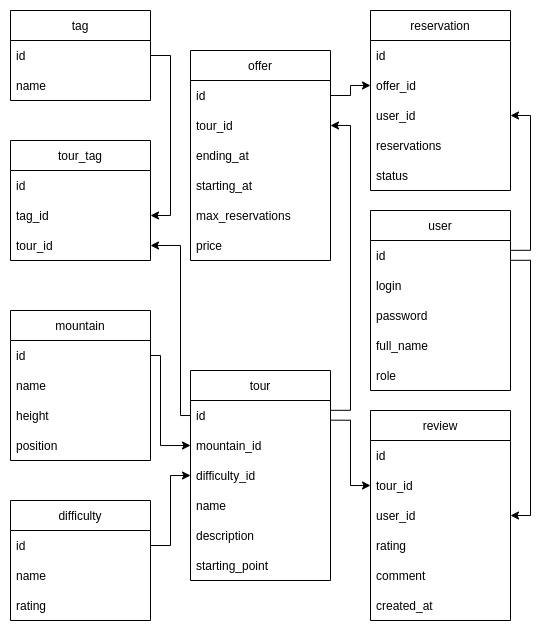
Earlier version of the draw.io export Lab2/logic-model.png (markov-avl/PythonBackend). Source tidied: cells renumbered, new cells last; positions are measured from the earlier drawing's top-left corner, leaving out a move shared by most shapes.
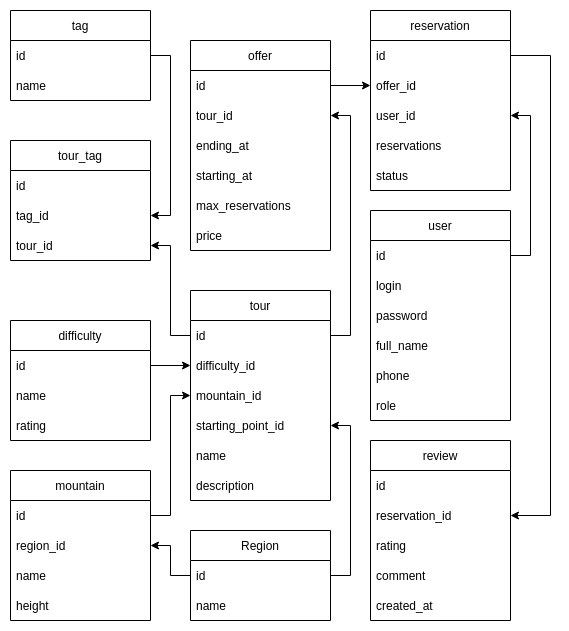
After the change.

Diff of the diagram source:
```diff
@@ -3,7 +3,7 @@
     <mxCell id="0" />
     <mxCell id="1" parent="0" />
     <mxCell id="2" value="user" style="swimlane;fontStyle=0;horizontal=1;startSize=30;rounded=0;" parent="1" vertex="1">
-      <mxGeometry x="360" y="200" width="140" height="180" as="geometry" />
+      <mxGeometry x="360" y="200" width="140" height="210" as="geometry" />
     </mxCell>
     <mxCell id="3" value="id" style="text;strokeColor=none;fillColor=none;align=left;verticalAlign=middle;spacingLeft=4;spacingRight=4;overflow=hidden;points=[[0,0.5],[1,0.5]];portConstraint=eastwest;rounded=0;" parent="2" vertex="1">
       <mxGeometry y="30" width="140" height="30" as="geometry" />
@@ -17,26 +17,29 @@
     <mxCell id="6" value="full_name" style="text;strokeColor=none;fillColor=none;align=left;verticalAlign=middle;spacingLeft=4;spacingRight=4;overflow=hidden;rounded=0;" parent="2" vertex="1">
       <mxGeometry y="120" width="140" height="30" as="geometry" />
     </mxCell>
+    <mxCell id="60" value="phone" style="text;strokeColor=none;fillColor=none;align=left;verticalAlign=middle;spacingLeft=4;spacingRight=4;overflow=hidden;rounded=0;" parent="2" vertex="1">
+      <mxGeometry y="150" width="140" height="30" as="geometry" />
+    </mxCell>
     <mxCell id="7" value="role" style="text;strokeColor=none;fillColor=none;align=left;verticalAlign=middle;spacingLeft=4;spacingRight=4;overflow=hidden;rounded=0;" parent="2" vertex="1">
-      <mxGeometry y="150" width="140" height="30" as="geometry" />
+      <mxGeometry y="180" width="140" height="30" as="geometry" />
     </mxCell>
     <mxCell id="8" value="mountain" style="swimlane;fontStyle=0;horizontal=1;startSize=30;rounded=0;" parent="1" vertex="1">
-      <mxGeometry y="300" width="140" height="150" as="geometry" />
+      <mxGeometry y="460" width="140" height="150" as="geometry" />
     </mxCell>
     <mxCell id="9" value="id" style="text;strokeColor=none;fillColor=none;align=left;verticalAlign=middle;spacingLeft=4;spacingRight=4;overflow=hidden;points=[[0,0.5],[1,0.5]];portConstraint=eastwest;rounded=0;" parent="8" vertex="1">
       <mxGeometry y="30" width="140" height="30" as="geometry" />
     </mxCell>
+    <mxCell id="12" value="region_id" style="text;strokeColor=none;fillColor=none;align=left;verticalAlign=middle;spacingLeft=4;spacingRight=4;overflow=hidden;points=[[0,0.5],[1,0.5]];portConstraint=eastwest;rounded=0;" parent="8" vertex="1">
+      <mxGeometry y="60" width="140" height="30" as="geometry" />
+    </mxCell>
     <mxCell id="10" value="name" style="text;strokeColor=none;fillColor=none;align=left;verticalAlign=middle;spacingLeft=4;spacingRight=4;overflow=hidden;rounded=0;" parent="8" vertex="1">
-      <mxGeometry y="60" width="140" height="30" as="geometry" />
+      <mxGeometry y="90" width="140" height="30" as="geometry" />
     </mxCell>
     <mxCell id="11" value="height" style="text;strokeColor=none;fillColor=none;align=left;verticalAlign=middle;spacingLeft=4;spacingRight=4;overflow=hidden;rounded=0;" parent="8" vertex="1">
-      <mxGeometry y="90" width="140" height="30" as="geometry" />
+      <mxGeometry y="120" width="140" height="30" as="geometry" />
     </mxCell>
-    <mxCell id="12" value="position" style="text;strokeColor=none;fillColor=none;align=left;verticalAlign=middle;spacingLeft=4;spacingRight=4;overflow=hidden;points=[[0,0.5],[1,0.5]];portConstraint=eastwest;rounded=0;" parent="8" vertex="1">
-      <mxGeometry y="120" width="140" height="30" as="geometry" />
-    </mxCell>
     <mxCell id="13" value="difficulty" style="swimlane;fontStyle=0;horizontal=1;startSize=30;rounded=0;" parent="1" vertex="1">
-      <mxGeometry y="490" width="140" height="120" as="geometry" />
+      <mxGeometry y="310" width="140" height="120" as="geometry" />
     </mxCell>
     <mxCell id="14" value="id" style="text;strokeColor=none;fillColor=none;align=left;verticalAlign=middle;spacingLeft=4;spacingRight=4;overflow=hidden;points=[[0,0.5],[1,0.5]];portConstraint=eastwest;rounded=0;" parent="13" vertex="1">
       <mxGeometry y="30" width="140" height="30" as="geometry" />
@@ -57,26 +60,26 @@
       <mxGeometry y="60" width="140" height="30" as="geometry" />
     </mxCell>
     <mxCell id="20" value="tour" style="swimlane;fontStyle=0;horizontal=1;startSize=30;rounded=0;" parent="1" vertex="1">
-      <mxGeometry x="180" y="360" width="140" height="210" as="geometry" />
+      <mxGeometry x="180" y="280" width="140" height="210" as="geometry" />
     </mxCell>
     <mxCell id="21" value="id" style="text;strokeColor=none;fillColor=none;align=left;verticalAlign=middle;spacingLeft=4;spacingRight=4;overflow=hidden;points=[[0,0.5],[1,0.5]];portConstraint=eastwest;rounded=0;" parent="20" vertex="1">
       <mxGeometry y="30" width="140" height="30" as="geometry" />
     </mxCell>
+    <mxCell id="23" value="difficulty_id" style="text;strokeColor=none;fillColor=none;align=left;verticalAlign=middle;spacingLeft=4;spacingRight=4;overflow=hidden;points=[[0,0.5],[1,0.5]];portConstraint=eastwest;rounded=0;" parent="20" vertex="1">
+      <mxGeometry y="60" width="140" height="30" as="geometry" />
+    </mxCell>
     <mxCell id="22" value="mountain_id" style="text;strokeColor=none;fillColor=none;align=left;verticalAlign=middle;spacingLeft=4;spacingRight=4;overflow=hidden;points=[[0,0.5],[1,0.5]];portConstraint=eastwest;rounded=0;" parent="20" vertex="1">
-      <mxGeometry y="60" width="140" height="30" as="geometry" />
+      <mxGeometry y="90" width="140" height="30" as="geometry" />
     </mxCell>
-    <mxCell id="23" value="difficulty_id" style="text;strokeColor=none;fillColor=none;align=left;verticalAlign=middle;spacingLeft=4;spacingRight=4;overflow=hidden;points=[[0,0.5],[1,0.5]];portConstraint=eastwest;rounded=0;" parent="20" vertex="1">
-      <mxGeometry y="90" width="140" height="30" as="geometry" />
-    </mxCell>
+    <mxCell id="26" value="starting_point_id" style="text;strokeColor=none;fillColor=none;align=left;verticalAlign=middle;spacingLeft=4;spacingRight=4;overflow=hidden;points=[[0,0.5],[1,0.5]];portConstraint=eastwest;rounded=0;" parent="20" vertex="1">
+      <mxGeometry y="120" width="140" height="30" as="geometry" />
+    </mxCell>
     <mxCell id="24" value="name" style="text;strokeColor=none;fillColor=none;align=left;verticalAlign=middle;spacingLeft=4;spacingRight=4;overflow=hidden;rounded=0;" parent="20" vertex="1">
-      <mxGeometry y="120" width="140" height="30" as="geometry" />
+      <mxGeometry y="150" width="140" height="30" as="geometry" />
     </mxCell>
     <mxCell id="25" value="description" style="text;strokeColor=none;fillColor=none;align=left;verticalAlign=middle;spacingLeft=4;spacingRight=4;overflow=hidden;rounded=0;" parent="20" vertex="1">
-      <mxGeometry y="150" width="140" height="30" as="geometry" />
+      <mxGeometry y="180" width="140" height="30" as="geometry" />
     </mxCell>
-    <mxCell id="26" value="starting_point" style="text;strokeColor=none;fillColor=none;align=left;verticalAlign=middle;spacingLeft=4;spacingRight=4;overflow=hidden;points=[[0,0.5],[1,0.5]];portConstraint=eastwest;rounded=0;" parent="20" vertex="1">
-      <mxGeometry y="180" width="140" height="30" as="geometry" />
-    </mxCell>
     <mxCell id="27" value="reservation" style="swimlane;fontStyle=0;horizontal=1;startSize=30;rounded=0;" parent="1" vertex="1">
       <mxGeometry x="360" width="140" height="180" as="geometry" />
     </mxCell>
@@ -96,25 +99,22 @@
       <mxGeometry y="150" width="140" height="30" as="geometry" />
     </mxCell>
     <mxCell id="33" value="review" style="swimlane;fontStyle=0;horizontal=1;startSize=30;rounded=0;" parent="1" vertex="1">
-      <mxGeometry x="360" y="400" width="140" height="210" as="geometry" />
+      <mxGeometry x="360" y="430" width="140" height="180" as="geometry" />
     </mxCell>
     <mxCell id="34" value="id" style="text;strokeColor=none;fillColor=none;align=left;verticalAlign=middle;spacingLeft=4;spacingRight=4;overflow=hidden;rounded=0;" parent="33" vertex="1">
       <mxGeometry y="30" width="140" height="30" as="geometry" />
     </mxCell>
-    <mxCell id="35" value="tour_id" style="text;strokeColor=none;fillColor=none;align=left;verticalAlign=middle;spacingLeft=4;spacingRight=4;overflow=hidden;points=[[0,0.5],[1,0.5]];portConstraint=eastwest;rounded=0;" parent="33" vertex="1">
-      <mxGeometry y="60" width="140" height="30" as="geometry" />
-    </mxCell>
-    <mxCell id="36" value="user_id" style="text;strokeColor=none;fillColor=none;align=left;verticalAlign=middle;spacingLeft=4;spacingRight=4;overflow=hidden;points=[[0,0.5],[1,0.5]];portConstraint=eastwest;rounded=0;" parent="33" vertex="1">
-      <mxGeometry y="90" width="140" height="30" as="geometry" />
+    <mxCell id="36" value="reservation_id" style="text;strokeColor=none;fillColor=none;align=left;verticalAlign=middle;spacingLeft=4;spacingRight=4;overflow=hidden;points=[[0,0.5],[1,0.5]];portConstraint=eastwest;rounded=0;" parent="33" vertex="1">
+      <mxGeometry y="60" width="140" height="30" as="geometry" />
     </mxCell>
     <mxCell id="37" value="rating" style="text;strokeColor=none;fillColor=none;align=left;verticalAlign=middle;spacingLeft=4;spacingRight=4;overflow=hidden;rounded=0;" parent="33" vertex="1">
-      <mxGeometry y="120" width="140" height="30" as="geometry" />
+      <mxGeometry y="90" width="140" height="30" as="geometry" />
     </mxCell>
     <mxCell id="38" value="comment" style="text;strokeColor=none;fillColor=none;align=left;verticalAlign=middle;spacingLeft=4;spacingRight=4;overflow=hidden;rounded=0;" parent="33" vertex="1">
-      <mxGeometry y="150" width="140" height="30" as="geometry" />
+      <mxGeometry y="120" width="140" height="30" as="geometry" />
     </mxCell>
     <mxCell id="39" value="created_at" style="text;strokeColor=none;fillColor=none;align=left;verticalAlign=middle;spacingLeft=4;spacingRight=4;overflow=hidden;rounded=0;" parent="33" vertex="1">
-      <mxGeometry y="180" width="140" height="30" as="geometry" />
+      <mxGeometry y="150" width="140" height="30" as="geometry" />
     </mxCell>
     <mxCell id="40" value="tour_tag" style="swimlane;fontStyle=0;horizontal=1;startSize=30;rounded=0;" parent="1" vertex="1">
       <mxGeometry y="130" width="140" height="120" as="geometry" />
@@ -131,40 +131,16 @@
     <mxCell id="44" style="html=1;exitX=1;exitY=0.5;exitDx=0;exitDy=0;entryX=0;entryY=0.5;entryDx=0;entryDy=0;elbow=vertical;rounded=0;edgeStyle=orthogonalEdgeStyle;" parent="1" edge="1" source="14" target="23">
       <mxGeometry relative="1" as="geometry" />
     </mxCell>
-    <mxCell id="45" style="edgeStyle=orthogonalEdgeStyle;rounded=0;html=1;exitX=0.998;exitY=0.328;exitDx=0;exitDy=0;entryX=1;entryY=0.5;entryDx=0;entryDy=0;elbow=vertical;exitPerimeter=0;" parent="1" edge="1" source="3" target="30">
+    <mxCell id="45" style="edgeStyle=orthogonalEdgeStyle;rounded=0;html=1;exitX=1;exitY=0.5;exitDx=0;exitDy=0;entryX=1;entryY=0.5;entryDx=0;entryDy=0;elbow=vertical;" parent="1" edge="1" source="3" target="30">
       <mxGeometry relative="1" as="geometry">
         <Array as="points">
-          <mxPoint x="520" y="240" />
+          <mxPoint x="520" y="245" />
           <mxPoint x="520" y="105" />
         </Array>
       </mxGeometry>
     </mxCell>
-    <mxCell id="46" style="edgeStyle=orthogonalEdgeStyle;rounded=0;html=1;elbow=vertical;entryX=0;entryY=0.5;entryDx=0;entryDy=0;exitX=0.997;exitY=0.656;exitDx=0;exitDy=0;exitPerimeter=0;" parent="1" edge="1" source="21" target="35">
-      <mxGeometry relative="1" as="geometry">
-        <Array as="points">
-          <mxPoint x="340" y="410" />
-          <mxPoint x="340" y="475" />
-        </Array>
-      </mxGeometry>
-    </mxCell>
-    <mxCell id="47" style="edgeStyle=orthogonalEdgeStyle;rounded=0;html=1;entryX=1;entryY=0.5;entryDx=0;entryDy=0;elbow=vertical;exitX=1.001;exitY=0.66;exitDx=0;exitDy=0;exitPerimeter=0;" parent="1" edge="1" source="3" target="36">
-      <mxGeometry relative="1" as="geometry">
-        <Array as="points">
-          <mxPoint x="520" y="250" />
-          <mxPoint x="520" y="505" />
-        </Array>
-      </mxGeometry>
-    </mxCell>
-    <mxCell id="48" style="edgeStyle=orthogonalEdgeStyle;rounded=0;html=1;exitX=1;exitY=0.5;exitDx=0;exitDy=0;entryX=0;entryY=0.5;entryDx=0;entryDy=0;elbow=vertical;" parent="1" edge="1" source="9" target="22">
-      <mxGeometry relative="1" as="geometry">
-        <Array as="points">
-          <mxPoint x="150" y="345" />
-          <mxPoint x="150" y="435" />
-        </Array>
-      </mxGeometry>
-    </mxCell>
     <mxCell id="49" value="offer" style="swimlane;fontStyle=0;horizontal=1;startSize=30;rounded=0;" parent="1" vertex="1">
-      <mxGeometry x="180" y="40" width="140" height="210" as="geometry" />
+      <mxGeometry x="180" y="30" width="140" height="210" as="geometry" />
     </mxCell>
     <mxCell id="50" value="id" style="text;strokeColor=none;fillColor=none;align=left;verticalAlign=middle;spacingLeft=4;spacingRight=4;overflow=hidden;points=[[0,0.5],[1,0.5]];portConstraint=eastwest;rounded=0;" parent="49" vertex="1">
       <mxGeometry y="30" width="140" height="30" as="geometry" />
@@ -184,14 +160,6 @@
     <mxCell id="55" value="price" style="text;strokeColor=none;fillColor=none;align=left;verticalAlign=middle;spacingLeft=4;spacingRight=4;overflow=hidden;rounded=0;" parent="49" vertex="1">
       <mxGeometry y="180" width="140" height="30" as="geometry" />
     </mxCell>
-    <mxCell id="56" style="edgeStyle=orthogonalEdgeStyle;rounded=0;html=1;exitX=1;exitY=0.327;exitDx=0;exitDy=0;entryX=1;entryY=0.5;entryDx=0;entryDy=0;elbow=vertical;exitPerimeter=0;" parent="1" edge="1" source="21" target="51">
-      <mxGeometry relative="1" as="geometry">
-        <Array as="points">
-          <mxPoint x="340" y="400" />
-          <mxPoint x="340" y="115" />
-        </Array>
-      </mxGeometry>
-    </mxCell>
     <mxCell id="57" style="edgeStyle=orthogonalEdgeStyle;rounded=0;html=1;exitX=1;exitY=0.5;exitDx=0;exitDy=0;entryX=1;entryY=0.5;entryDx=0;entryDy=0;elbow=vertical;" parent="1" edge="1" source="18" target="42">
       <mxGeometry relative="1" as="geometry">
         <Array as="points">
@@ -206,10 +174,49 @@
     <mxCell id="59" style="edgeStyle=orthogonalEdgeStyle;rounded=0;html=1;exitX=0;exitY=0.5;exitDx=0;exitDy=0;entryX=1;entryY=0.5;entryDx=0;entryDy=0;strokeColor=#000000;elbow=vertical;" parent="1" edge="1" source="21" target="43">
       <mxGeometry relative="1" as="geometry">
         <Array as="points">
-          <mxPoint x="170" y="405" />
-          <mxPoint x="170" y="235" />
+          <mxPoint x="160" y="325" />
+          <mxPoint x="160" y="235" />
         </Array>
       </mxGeometry>
     </mxCell>
+    <mxCell id="61" value="Region" style="swimlane;fontStyle=0;horizontal=1;startSize=30;rounded=0;" parent="1" vertex="1">
+      <mxGeometry x="180" y="520" width="140" height="90" as="geometry" />
+    </mxCell>
+    <mxCell id="62" value="id" style="text;strokeColor=none;fillColor=none;align=left;verticalAlign=middle;spacingLeft=4;spacingRight=4;overflow=hidden;points=[[0,0.5],[1,0.5]];portConstraint=eastwest;rounded=0;" parent="61" vertex="1">
+      <mxGeometry y="30" width="140" height="30" as="geometry" />
+    </mxCell>
+    <mxCell id="63" value="name" style="text;strokeColor=none;fillColor=none;align=left;verticalAlign=middle;spacingLeft=4;spacingRight=4;overflow=hidden;rounded=0;" parent="61" vertex="1">
+      <mxGeometry y="60" width="140" height="30" as="geometry" />
+    </mxCell>
+    <mxCell id="48" style="edgeStyle=orthogonalEdgeStyle;html=1;exitX=1;exitY=0.5;exitDx=0;exitDy=0;entryX=0;entryY=0.5;entryDx=0;entryDy=0;rounded=0;strokeColor=default;" parent="1" edge="1" source="9" target="22">
+      <mxGeometry relative="1" as="geometry" />
+    </mxCell>
+    <mxCell id="64" style="edgeStyle=orthogonalEdgeStyle;rounded=0;html=1;exitX=1;exitY=0.5;exitDx=0;exitDy=0;entryX=1;entryY=0.5;entryDx=0;entryDy=0;strokeColor=default;" parent="1" edge="1" source="28" target="36">
+      <mxGeometry relative="1" as="geometry">
+        <Array as="points">
+          <mxPoint x="540" y="45" />
+          <mxPoint x="540" y="505" />
+        </Array>
+      </mxGeometry>
+    </mxCell>
+    <mxCell id="56" style="edgeStyle=orthogonalEdgeStyle;rounded=0;html=1;exitX=1;exitY=0.5;exitDx=0;exitDy=0;entryX=1;entryY=0.5;entryDx=0;entryDy=0;strokeColor=default;" parent="1" edge="1" source="21" target="51">
+      <mxGeometry relative="1" as="geometry">
+        <Array as="points">
+          <mxPoint x="340" y="325" />
+          <mxPoint x="340" y="105" />
+        </Array>
+      </mxGeometry>
+    </mxCell>
+    <mxCell id="65" style="edgeStyle=orthogonalEdgeStyle;rounded=0;html=1;exitX=0;exitY=0.5;exitDx=0;exitDy=0;entryX=1;entryY=0.5;entryDx=0;entryDy=0;strokeColor=default;" parent="1" edge="1" source="62" target="12">
+      <mxGeometry relative="1" as="geometry" />
+    </mxCell>
+    <mxCell id="66" style="edgeStyle=orthogonalEdgeStyle;rounded=0;html=1;exitX=1;exitY=0.5;exitDx=0;exitDy=0;entryX=1;entryY=0.5;entryDx=0;entryDy=0;strokeColor=default;" parent="1" edge="1" source="62" target="26">
+      <mxGeometry relative="1" as="geometry">
+        <Array as="points">
+          <mxPoint x="340" y="565" />
+          <mxPoint x="340" y="415" />
+        </Array>
+      </mxGeometry>
+    </mxCell>
   </root>
 </mxGraphModel>
```
